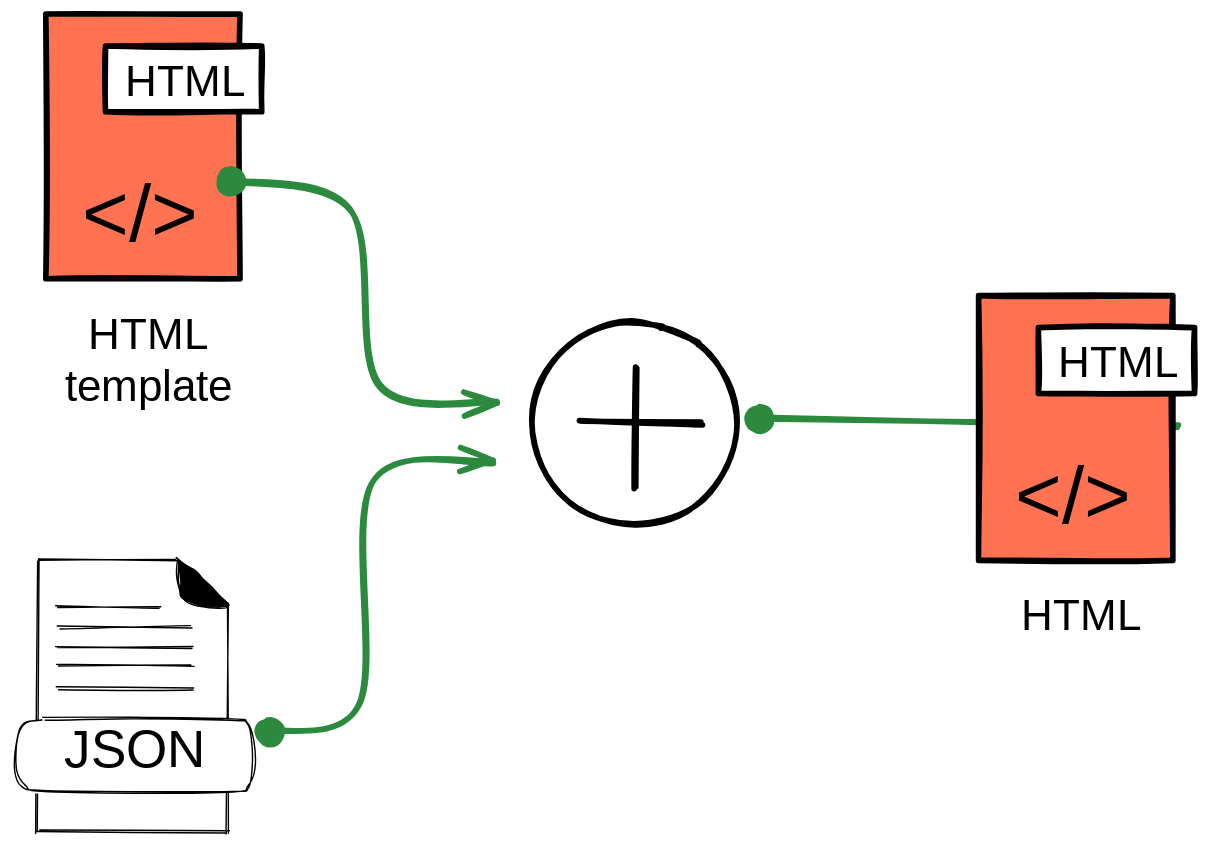
Before: notebooks/media/template-engine.excalidraw.svg, a diagram exported from Excalidraw (ue22-p25/backend). Source tidied: one line per element, renumbered; positions are measured from the earlier drawing's top-left corner, leaving out a move shared by most shapes.
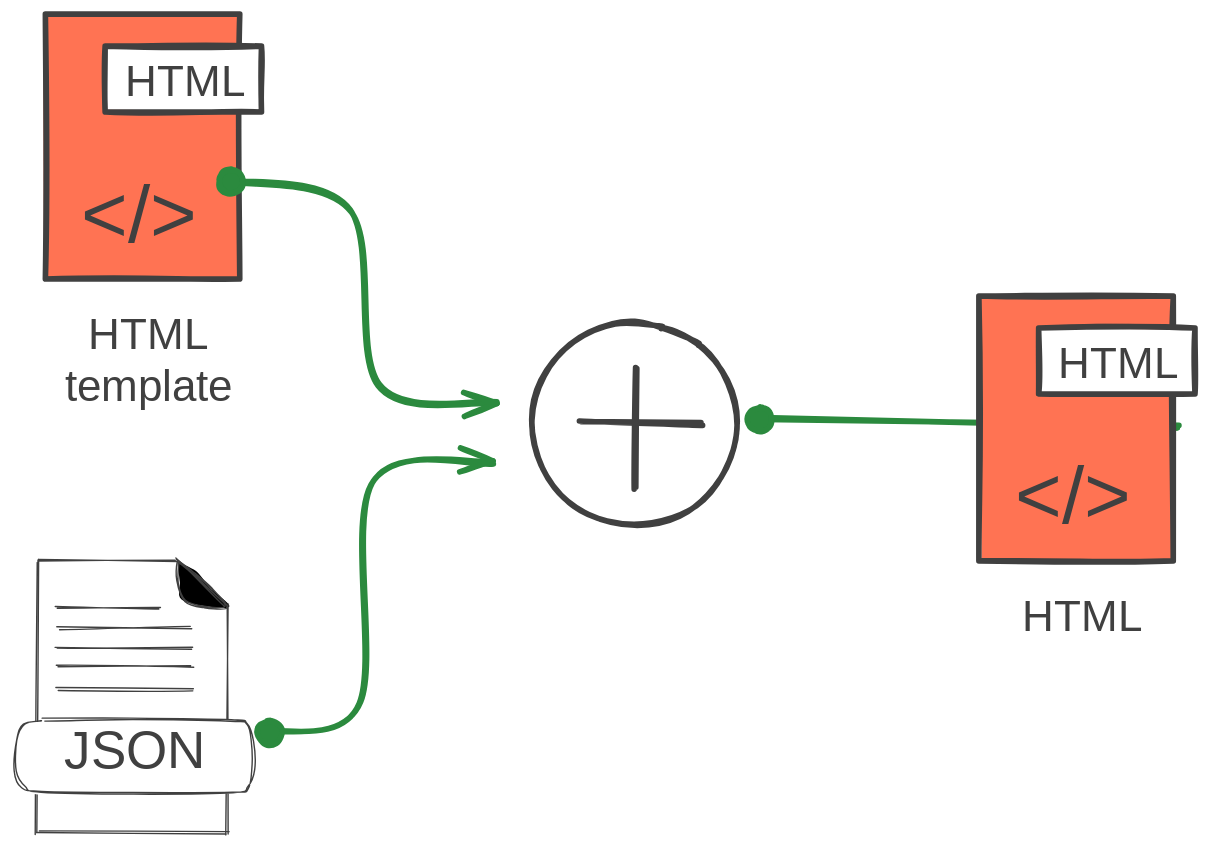
The same file after the commit.

Change to the diagram source:
```diff
@@ -1,29 +1,29 @@
-{"id": 0, "type": "text", "text": "HTML\ntemplate", "strokeColor": "#000", "strokeWidth": 4, "roughness": 0, "fontSize": 31.6, "fontFamily": 1, "textAlign": "center", "x": 26, "y": 212, "width": 135, "height": 74}
+{"id": 0, "type": "text", "text": "HTML\ntemplate", "strokeColor": "#404040", "strokeWidth": 4, "roughness": 0, "fontSize": 31.6, "fontFamily": 1, "textAlign": "center", "x": 26, "y": 212, "width": 135, "height": 74}
-{"id": 1, "type": "rectangle", "strokeColor": "#000000", "backgroundColor": "#ff7353", "fillStyle": "solid", "strokeWidth": 4, "roughness": 1, "x": 21, "y": 0, "width": 139, "height": 189}
+{"id": 1, "type": "rectangle", "strokeColor": "#404040", "backgroundColor": "#ff7353", "fillStyle": "solid", "strokeWidth": 4, "roughness": 1, "x": 21, "y": 0, "width": 139, "height": 189}
-{"id": 2, "type": "rectangle", "strokeColor": "#000000", "backgroundColor": "#fff", "fillStyle": "solid", "strokeWidth": 4, "roughness": 1, "x": 63, "y": 23, "width": 112, "height": 47}
+{"id": 2, "type": "rectangle", "strokeColor": "#404040", "backgroundColor": "#fff", "fillStyle": "solid", "strokeWidth": 4, "roughness": 1, "x": 63, "y": 23, "width": 112, "height": 47}
-{"id": 3, "type": "text", "text": "HTML", "strokeColor": "#000000", "backgroundColor": "#c5bcdd", "fillStyle": "solid", "strokeWidth": 4, "roughness": 1, "fontSize": 31.6, "fontFamily": 1, "x": 77, "y": 30, "width": 87, "height": 40}
+{"id": 3, "type": "text", "text": "HTML", "strokeColor": "#404040", "backgroundColor": "#c5bcdd", "fillStyle": "solid", "strokeWidth": 4, "roughness": 1, "fontSize": 31.6, "fontFamily": 1, "x": 77, "y": 30, "width": 87, "height": 40}
-{"id": 4, "type": "text", "text": "</>", "strokeColor": "#000", "strokeWidth": 4, "roughness": 0, "fontSize": 56.89, "fontFamily": 1, "x": 46, "y": 112, "width": 92, "height": 71}
+{"id": 4, "type": "text", "text": "</>", "strokeColor": "#404040", "strokeWidth": 4, "roughness": 0, "fontSize": 56.89, "fontFamily": 1, "x": 46, "y": 112, "width": 92, "height": 71}
-{"id": 5, "type": "line", "strokeColor": "#000000", "backgroundColor": "#000000", "fillStyle": "solid", "strokeWidth": 1, "roughness": 1, "round": true, "x": 115, "y": 390, "width": 35, "height": 33, "points": [[0, 0], [1, 16], [4, 29], [19, 33], [35, 31], [24, 20], [11, 8], [0, 0]]}
+{"id": 5, "type": "line", "strokeColor": "#404040", "backgroundColor": "#000000", "fillStyle": "solid", "strokeWidth": 1, "roughness": 1, "round": true, "x": 115, "y": 391, "width": 35, "height": 33, "points": [[0, 0], [1, 16], [4, 29], [19, 33], [35, 31], [24, 20], [11, 8], [0, 0]]}
-{"id": 6, "type": "line", "strokeColor": "#000000", "strokeWidth": 1, "roughness": 1, "round": true, "x": 115, "y": 390, "width": 100, "height": 0, "points": [[0, 0], [-100, 0]]}
+{"id": 6, "type": "line", "strokeColor": "#404040", "strokeWidth": 1, "roughness": 1, "round": true, "x": 115, "y": 391, "width": 100, "height": 0, "points": [[0, 0], [-100, 0]]}
-{"id": 7, "type": "line", "strokeColor": "#000000", "strokeWidth": 1, "roughness": 1, "round": true, "x": 15, "y": 390, "width": 0, "height": 194, "points": [[0, 0], [0, 194]]}
+{"id": 7, "type": "line", "strokeColor": "#404040", "strokeWidth": 1, "roughness": 1, "round": true, "x": 15, "y": 391, "width": 0, "height": 194, "points": [[0, 0], [0, 194]]}
-{"id": 8, "type": "line", "strokeColor": "#000000", "strokeWidth": 1, "roughness": 1, "round": true, "x": 15, "y": 584, "width": 136, "height": 0, "points": [[0, 0], [136, 0]]}
+{"id": 8, "type": "line", "strokeColor": "#404040", "strokeWidth": 1, "roughness": 1, "round": true, "x": 15, "y": 585, "width": 136, "height": 0, "points": [[0, 0], [136, 0]]}
-{"id": 9, "type": "line", "strokeColor": "#000000", "strokeWidth": 1, "roughness": 1, "round": true, "x": 150, "y": 585, "width": 0, "height": 164, "points": [[0, 0], [0, -164]]}
+{"id": 9, "type": "line", "strokeColor": "#404040", "strokeWidth": 1, "roughness": 1, "round": true, "x": 150, "y": 585, "width": 0, "height": 164, "points": [[0, 0], [0, -164]]}
-{"id": 10, "type": "line", "strokeColor": "#000000", "strokeWidth": 1, "roughness": 1, "round": true, "x": 114, "y": 390, "width": 36, "height": 33, "points": [[0, 0], [36, 33]]}
+{"id": 10, "type": "line", "strokeColor": "#404040", "strokeWidth": 1, "roughness": 1, "round": true, "x": 114, "y": 390, "width": 36, "height": 33, "points": [[0, 0], [36, 33]]}
-{"id": 11, "type": "line", "strokeColor": "#000000", "backgroundColor": "#fff", "fillStyle": "solid", "strokeWidth": 1, "roughness": 1, "round": true, "x": 19, "y": 504, "width": 170, "height": 53, "points": [[0, 0], [63, 0], [135, 0], [146, 4], [151, 15], [151, 36], [147, 49], [135, 52], [64, 53], [-1, 52], [-14, 48], [-19, 37], [-18, 15], [-13, 3], [0, 0]]}
+{"id": 11, "type": "line", "strokeColor": "#404040", "backgroundColor": "#fff", "fillStyle": "solid", "strokeWidth": 1, "roughness": 1, "round": true, "x": 19, "y": 504, "width": 170, "height": 53, "points": [[0, 0], [63, 0], [135, 0], [146, 4], [151, 15], [151, 36], [147, 49], [135, 52], [64, 53], [-1, 52], [-14, 48], [-19, 37], [-18, 15], [-13, 3], [0, 0]]}
-{"id": 12, "type": "text", "text": "JSON", "strokeColor": "#000000", "strokeWidth": 1, "roughness": 1, "fontSize": 37.75, "fontFamily": 1, "round": true, "x": 34, "y": 499, "width": 103, "height": 59}
+{"id": 12, "type": "text", "text": "JSON", "strokeColor": "#404040", "strokeWidth": 1, "roughness": 1, "fontSize": 37.75, "fontFamily": 1, "round": true, "x": 34, "y": 499, "width": 103, "height": 59}
-{"id": 13, "type": "line", "strokeColor": "#000000", "backgroundColor": "#ffffff", "fillStyle": "solid", "strokeWidth": 1, "roughness": 1, "round": true, "x": 29, "y": 425, "width": 74, "height": 0, "points": [[0, 0], [74, 0]]}
+{"id": 13, "type": "line", "strokeColor": "#404040", "backgroundColor": "#ffffff", "fillStyle": "solid", "strokeWidth": 1, "roughness": 1, "round": true, "x": 29, "y": 425, "width": 74, "height": 0, "points": [[0, 0], [74, 0]]}
-{"id": 14, "type": "line", "strokeColor": "#000000", "backgroundColor": "#ffffff", "fillStyle": "solid", "strokeWidth": 1, "roughness": 1, "round": true, "x": 29, "y": 438, "width": 96, "height": 0, "points": [[0, 0], [96, 0]]}
+{"id": 14, "type": "line", "strokeColor": "#404040", "backgroundColor": "#ffffff", "fillStyle": "solid", "strokeWidth": 1, "roughness": 1, "round": true, "x": 29, "y": 438, "width": 96, "height": 0, "points": [[0, 0], [96, 0]]}
-{"id": 15, "type": "line", "strokeColor": "#000000", "backgroundColor": "#ffffff", "fillStyle": "solid", "strokeWidth": 1, "roughness": 1, "round": true, "x": 29, "y": 452, "width": 96, "height": 0, "points": [[0, 0], [96, 0]]}
+{"id": 15, "type": "line", "strokeColor": "#404040", "backgroundColor": "#ffffff", "fillStyle": "solid", "strokeWidth": 1, "roughness": 1, "round": true, "x": 29, "y": 452, "width": 96, "height": 0, "points": [[0, 0], [96, 0]]}
-{"id": 16, "type": "line", "strokeColor": "#000000", "backgroundColor": "#ffffff", "fillStyle": "solid", "strokeWidth": 1, "roughness": 1, "round": true, "x": 29, "y": 466, "width": 96, "height": 0, "points": [[0, 0], [96, 0]]}
+{"id": 16, "type": "line", "strokeColor": "#404040", "backgroundColor": "#ffffff", "fillStyle": "solid", "strokeWidth": 1, "roughness": 1, "round": true, "x": 29, "y": 466, "width": 96, "height": 0, "points": [[0, 0], [96, 0]]}
-{"id": 17, "type": "line", "strokeColor": "#000000", "backgroundColor": "#ffffff", "fillStyle": "solid", "strokeWidth": 1, "roughness": 1, "round": true, "x": 29, "y": 482, "width": 96, "height": 0, "points": [[0, 0], [96, 0]]}
+{"id": 17, "type": "line", "strokeColor": "#404040", "backgroundColor": "#ffffff", "fillStyle": "solid", "strokeWidth": 1, "roughness": 1, "round": true, "x": 29, "y": 482, "width": 96, "height": 0, "points": [[0, 0], [96, 0]]}
-{"id": 18, "type": "ellipse", "strokeColor": "#000000", "strokeWidth": 4, "roughness": 1, "x": 368, "y": 220, "width": 147, "height": 146}
+{"id": 18, "type": "ellipse", "strokeColor": "#404040", "strokeWidth": 4, "roughness": 1, "x": 368, "y": 220, "width": 147, "height": 146}
-{"id": 19, "type": "line", "strokeColor": "#000000", "strokeWidth": 4, "roughness": 1, "round": true, "x": 442, "y": 253, "width": 1, "height": 86, "points": [[0, 0], [1, 86]]}
+{"id": 19, "type": "line", "strokeColor": "#404040", "strokeWidth": 4, "roughness": 1, "round": true, "x": 442, "y": 253, "width": 1, "height": 86, "points": [[0, 0], [1, 86]]}
-{"id": 20, "type": "line", "strokeColor": "#000000", "angle": 1.6, "strokeWidth": 4, "roughness": 1, "round": true, "x": 445, "y": 248, "width": 1, "height": 86, "points": [[0, 0], [1, 86]]}
+{"id": 20, "type": "line", "strokeColor": "#404040", "angle": 1.6, "strokeWidth": 4, "roughness": 1, "round": true, "x": 445, "y": 248, "width": 1, "height": 86, "points": [[0, 0], [1, 86]]}
 {"id": 21, "type": "arrow", "strokeColor": "#2b8a3e", "backgroundColor": "#2b8a3e", "fillStyle": "solid", "strokeWidth": 4, "roughness": 1, "startArrowhead": "dot", "endArrowhead": "arrow", "round": true, "from": 4, "to": 18, "x": 152, "y": 120, "width": 191, "height": 157, "points": [[0, 0], [87, 21], [107, 145], [191, 157]]}
 {"id": 22, "type": "arrow", "strokeColor": "#2b8a3e", "backgroundColor": "#2b8a3e", "fillStyle": "solid", "strokeWidth": 4, "roughness": 1, "startArrowhead": "dot", "endArrowhead": "arrow", "round": true, "to": 18, "x": 181, "y": 513, "width": 160, "height": 193, "points": [[0, 0], [65, -22], [73, -178], [160, -193]]}
 {"id": 23, "type": "arrow", "strokeColor": "#2b8a3e", "backgroundColor": "#2b8a3e", "fillStyle": "solid", "strokeWidth": 4, "roughness": 1, "startArrowhead": "dot", "endArrowhead": "arrow", "round": true, "from": 18, "to": 28, "x": 531, "y": 290, "width": 299, "height": 4, "points": [[0, 0], [299, 4]]}
-{"id": 24, "type": "text", "text": "HTML", "strokeColor": "#000", "strokeWidth": 4, "roughness": 0, "fontSize": 31.6, "fontFamily": 1, "textAlign": "center", "x": 718, "y": 414, "width": 86, "height": 37}
+{"id": 24, "type": "text", "text": "HTML", "strokeColor": "#404040", "strokeWidth": 4, "roughness": 0, "fontSize": 31.6, "fontFamily": 1, "textAlign": "center", "x": 718, "y": 414, "width": 86, "height": 37}
-{"id": 25, "type": "rectangle", "strokeColor": "#000000", "backgroundColor": "#ff7353", "fillStyle": "solid", "strokeWidth": 4, "roughness": 1, "x": 687, "y": 201, "width": 139, "height": 189}
+{"id": 25, "type": "rectangle", "strokeColor": "#404040", "backgroundColor": "#ff7353", "fillStyle": "solid", "strokeWidth": 4, "roughness": 1, "x": 687, "y": 201, "width": 139, "height": 189}
-{"id": 26, "type": "rectangle", "strokeColor": "#000000", "backgroundColor": "#fff", "fillStyle": "solid", "strokeWidth": 4, "roughness": 1, "x": 730, "y": 224, "width": 112, "height": 47}
+{"id": 26, "type": "rectangle", "strokeColor": "#404040", "backgroundColor": "#fff", "fillStyle": "solid", "strokeWidth": 4, "roughness": 1, "x": 730, "y": 224, "width": 112, "height": 47}
-{"id": 27, "type": "text", "text": "HTML", "strokeColor": "#000000", "backgroundColor": "#c5bcdd", "fillStyle": "solid", "strokeWidth": 4, "roughness": 1, "fontSize": 31.6, "fontFamily": 1, "x": 744, "y": 232, "width": 87, "height": 40}
+{"id": 27, "type": "text", "text": "HTML", "strokeColor": "#404040", "backgroundColor": "#c5bcdd", "fillStyle": "solid", "strokeWidth": 4, "roughness": 1, "fontSize": 31.6, "fontFamily": 1, "x": 744, "y": 232, "width": 87, "height": 40}
-{"id": 28, "type": "text", "text": "</>", "strokeColor": "#000", "strokeWidth": 4, "roughness": 0, "fontSize": 56.89, "fontFamily": 1, "x": 713, "y": 314, "width": 92, "height": 71}
+{"id": 28, "type": "text", "text": "</>", "strokeColor": "#404040", "strokeWidth": 4, "roughness": 0, "fontSize": 56.89, "fontFamily": 1, "x": 713, "y": 314, "width": 92, "height": 71}
```
